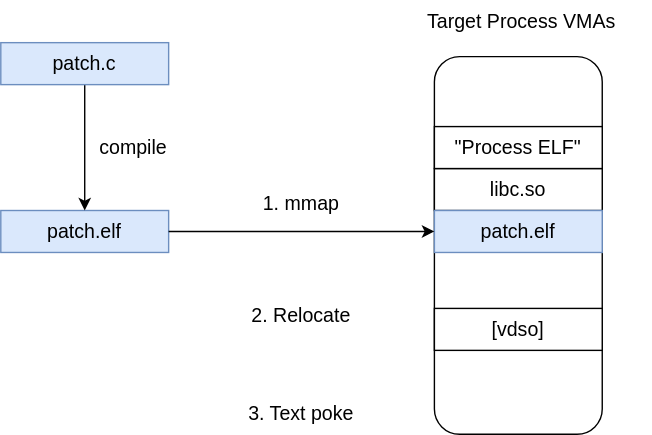
This is docs/images/ulpatch.drawio.svg from Rtoax/ulpatch, a draw.io export, as it was before one commit. Source tidied: cells renumbered, new cells last; positions are measured from the earlier drawing's top-left corner, leaving out a move shared by most shapes.
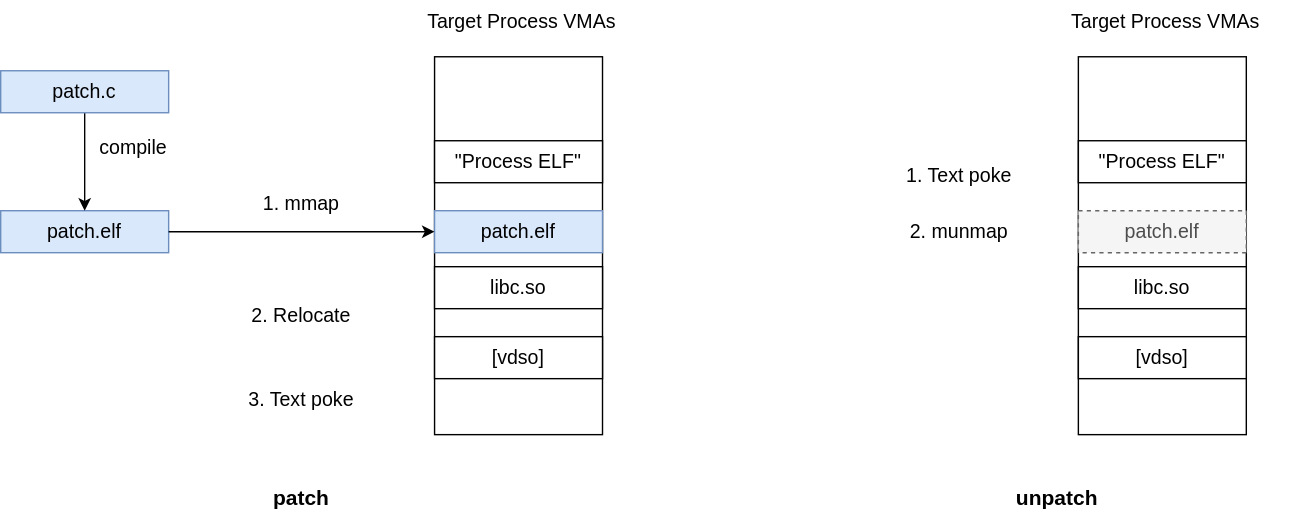
The same diagram one commit later.

What changed in the source:
```diff
@@ -2,23 +2,23 @@
   <root>
     <mxCell id="0" />
     <mxCell id="1" parent="0" />
-    <mxCell id="2" style="rounded=1;whiteSpace=wrap;html=1;fontSize=14;" parent="1" vertex="1">
+    <mxCell id="2" style="rounded=1;whiteSpace=wrap;html=1;fontSize=14;arcSize=0;" parent="1" vertex="1">
       <mxGeometry x="310" y="40" width="120" height="270" as="geometry" />
     </mxCell>
     <mxCell id="3" value="Target Process VMAs" style="text;html=1;strokeColor=none;fillColor=none;align=center;verticalAlign=middle;whiteSpace=wrap;rounded=0;fontSize=14;" parent="1" vertex="1">
       <mxGeometry x="280" width="185" height="30" as="geometry" />
     </mxCell>
     <mxCell id="4" value="libc.so" style="rounded=0;whiteSpace=wrap;html=1;fontSize=14;" parent="1" vertex="1">
-      <mxGeometry x="310" y="120" width="120" height="30" as="geometry" />
+      <mxGeometry x="310" y="190" width="120" height="30" as="geometry" />
     </mxCell>
     <mxCell id="5" value="[vdso]" style="rounded=0;whiteSpace=wrap;html=1;fontSize=14;" parent="1" vertex="1">
-      <mxGeometry x="310" y="220" width="120" height="30" as="geometry" />
+      <mxGeometry x="310" y="240" width="120" height="30" as="geometry" />
     </mxCell>
     <mxCell id="6" value="patch.elf" style="rounded=0;whiteSpace=wrap;html=1;fontSize=14;fillColor=#dae8fc;strokeColor=#6c8ebf;" parent="1" vertex="1">
       <mxGeometry y="150" width="120" height="30" as="geometry" />
     </mxCell>
     <mxCell id="7" value="&quot;Process ELF&quot;" style="rounded=0;whiteSpace=wrap;html=1;fontSize=14;" parent="1" vertex="1">
-      <mxGeometry x="310" y="90" width="120" height="30" as="geometry" />
+      <mxGeometry x="310" y="100" width="120" height="30" as="geometry" />
     </mxCell>
     <mxCell id="8" value="patch.elf" style="rounded=0;whiteSpace=wrap;html=1;fontSize=14;fillColor=#dae8fc;strokeColor=#6c8ebf;" parent="1" vertex="1">
       <mxGeometry x="310" y="150" width="120" height="30" as="geometry" />
@@ -33,16 +33,46 @@
       <mxGeometry x="160" y="210" width="110" height="30" as="geometry" />
     </mxCell>
     <mxCell id="12" value="3. Text poke" style="text;html=1;strokeColor=none;fillColor=none;align=center;verticalAlign=middle;whiteSpace=wrap;rounded=0;fontSize=14;" parent="1" vertex="1">
-      <mxGeometry x="160" y="280" width="110" height="30" as="geometry" />
+      <mxGeometry x="160" y="270" width="110" height="30" as="geometry" />
     </mxCell>
     <mxCell id="13" style="edgeStyle=orthogonalEdgeStyle;rounded=0;jettySize=auto;html=1;entryX=0.5;entryY=0;entryDx=0;entryDy=0;fontSize=14;" parent="1" edge="1" source="14" target="6">
       <mxGeometry relative="1" as="geometry" />
     </mxCell>
     <mxCell id="14" value="patch.c" style="rounded=0;whiteSpace=wrap;html=1;fontSize=14;fillColor=#dae8fc;strokeColor=#6c8ebf;" parent="1" vertex="1">
-      <mxGeometry y="30" width="120" height="30" as="geometry" />
+      <mxGeometry y="50" width="120" height="30" as="geometry" />
     </mxCell>
     <mxCell id="15" value="compile" style="text;html=1;strokeColor=none;fillColor=none;align=center;verticalAlign=middle;whiteSpace=wrap;rounded=0;fontSize=14;" parent="1" vertex="1">
       <mxGeometry x="40" y="90" width="110" height="30" as="geometry" />
     </mxCell>
+    <mxCell id="16" style="rounded=1;whiteSpace=wrap;html=1;fontSize=14;arcSize=0;" parent="1" vertex="1">
+      <mxGeometry x="770" y="40" width="120" height="270" as="geometry" />
+    </mxCell>
+    <mxCell id="17" value="Target Process VMAs" style="text;html=1;strokeColor=none;fillColor=none;align=center;verticalAlign=middle;whiteSpace=wrap;rounded=0;fontSize=14;" parent="1" vertex="1">
+      <mxGeometry x="740" width="185" height="30" as="geometry" />
+    </mxCell>
+    <mxCell id="18" value="libc.so" style="rounded=0;whiteSpace=wrap;html=1;fontSize=14;" parent="1" vertex="1">
+      <mxGeometry x="770" y="190" width="120" height="30" as="geometry" />
+    </mxCell>
+    <mxCell id="19" value="[vdso]" style="rounded=0;whiteSpace=wrap;html=1;fontSize=14;" parent="1" vertex="1">
+      <mxGeometry x="770" y="240" width="120" height="30" as="geometry" />
+    </mxCell>
+    <mxCell id="20" value="&quot;Process ELF&quot;" style="rounded=0;whiteSpace=wrap;html=1;fontSize=14;" parent="1" vertex="1">
+      <mxGeometry x="770" y="100" width="120" height="30" as="geometry" />
+    </mxCell>
+    <mxCell id="21" value="2. munmap" style="text;html=1;strokeColor=none;fillColor=none;align=center;verticalAlign=middle;whiteSpace=wrap;rounded=0;fontSize=14;" parent="1" vertex="1">
+      <mxGeometry x="630" y="150" width="110" height="30" as="geometry" />
+    </mxCell>
+    <mxCell id="22" value="1. Text poke" style="text;html=1;strokeColor=none;fillColor=none;align=center;verticalAlign=middle;whiteSpace=wrap;rounded=0;fontSize=14;" parent="1" vertex="1">
+      <mxGeometry x="630" y="110" width="110" height="30" as="geometry" />
+    </mxCell>
+    <mxCell id="23" value="patch" style="text;html=1;strokeColor=none;fillColor=none;align=center;verticalAlign=middle;whiteSpace=wrap;rounded=0;fontStyle=1;fontSize=15;" parent="1" vertex="1">
+      <mxGeometry x="185" y="340" width="60" height="30" as="geometry" />
+    </mxCell>
+    <mxCell id="24" value="unpatch" style="text;html=1;strokeColor=none;fillColor=none;align=center;verticalAlign=middle;whiteSpace=wrap;rounded=0;fontStyle=1;fontSize=15;" parent="1" vertex="1">
+      <mxGeometry x="710" y="340" width="90" height="30" as="geometry" />
+    </mxCell>
+    <mxCell id="25" value="patch.elf" style="rounded=0;whiteSpace=wrap;html=1;fontSize=14;fillColor=#f5f5f5;strokeColor=#666666;fontColor=#4D4D4D;dashed=1;" parent="1" vertex="1">
+      <mxGeometry x="770" y="150" width="120" height="30" as="geometry" />
+    </mxCell>
   </root>
 </mxGraphModel>
```
